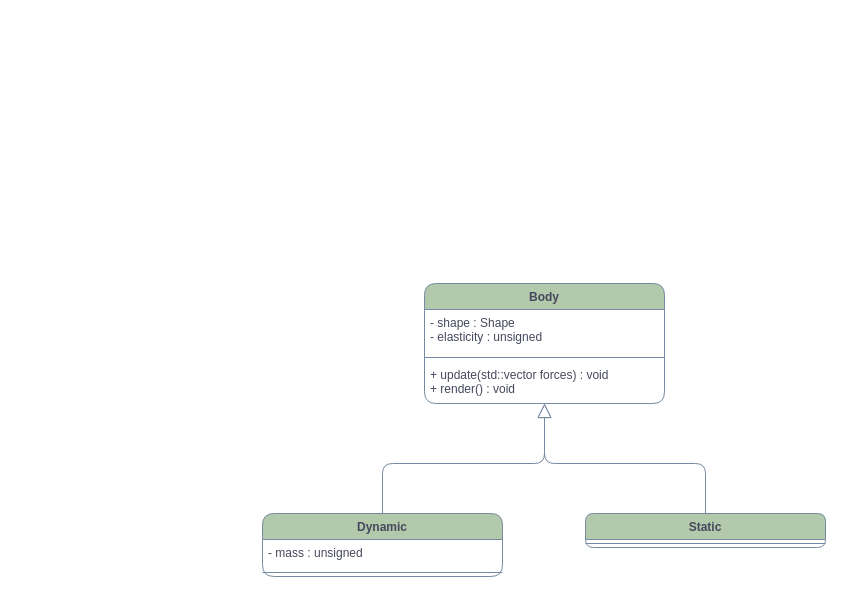
Before: Phys-cube.drawio in OskarBollner/Phys-cube, a draw.io diagram. Source tidied: cells renumbered, new cells numbered last; positions are measured from the earlier drawing's top-left corner, leaving out a move shared by most shapes. Both pictures are drawn from the tidied source at 100%, with x=0, y=0 at pixel (262, 283).
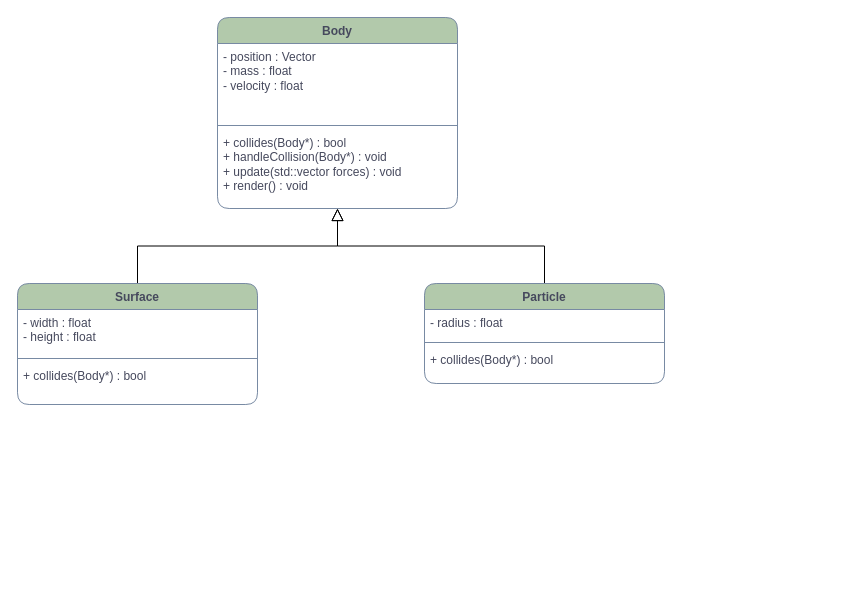
After the change.

The edit, as a diff of the source:
```diff
@@
 <mxGraphModel>
   <root>
     <mxCell id="0" />
     <mxCell id="1" parent="0" />
-    <mxCell id="2" style="edgeStyle=orthogonalEdgeStyle;rounded=1;jettySize=auto;html=1;strokeColor=#788AA3;fontColor=#46495D;fillColor=#B2C9AB;endArrow=block;endFill=0;strokeWidth=1;endSize=12;startSize=6;" parent="1" edge="1" source="3" target="8">
-      <mxGeometry relative="1" as="geometry" />
-    </mxCell>
-    <mxCell id="3" value="Dynamic" style="swimlane;fontStyle=1;align=center;verticalAlign=top;horizontal=1;startSize=26;whiteSpace=wrap;html=1;rounded=1;strokeColor=#788AA3;fontColor=#46495D;fillColor=#B2C9AB;" parent="1" vertex="1">
-      <mxGeometry y="230" width="240" height="63" as="geometry" />
-    </mxCell>
-    <mxCell id="4" value="- mass : unsigned&lt;div&gt;&lt;br&gt;&lt;/div&gt;" style="text;strokeColor=none;fillColor=none;align=left;verticalAlign=top;spacingLeft=4;spacingRight=4;overflow=hidden;whiteSpace=wrap;html=1;fontColor=#46495D;" parent="3" vertex="1">
-      <mxGeometry y="26" width="240" height="29" as="geometry" />
-    </mxCell>
-    <mxCell id="5" style="line;strokeWidth=1;fillColor=none;align=left;verticalAlign=middle;spacingTop=-1;spacingLeft=3;spacingRight=3;labelPosition=right;strokeColor=inherit;rounded=1;fontColor=#46495D;" parent="3" vertex="1">
-      <mxGeometry y="55" width="240" height="8" as="geometry" />
-    </mxCell>
-    <mxCell id="6" value="Static" style="swimlane;fontStyle=1;align=center;verticalAlign=top;horizontal=1;startSize=26;whiteSpace=wrap;html=1;rounded=1;strokeColor=#788AA3;fontColor=#46495D;fillColor=#B2C9AB;" parent="1" vertex="1">
-      <mxGeometry x="323" y="230" width="240" height="34" as="geometry" />
-    </mxCell>
-    <mxCell id="7" style="line;strokeWidth=1;fillColor=none;align=left;verticalAlign=middle;spacingTop=-1;spacingLeft=3;spacingRight=3;labelPosition=right;strokeColor=inherit;rounded=1;fontColor=#46495D;" parent="6" vertex="1">
-      <mxGeometry y="26" width="240" height="8" as="geometry" />
-    </mxCell>
+    <mxCell id="13" style="edgeStyle=orthogonalEdgeStyle;rounded=0;jettySize=auto;html=1;endArrow=block;endFill=0;endSize=10;" parent="1" edge="1" source="8" target="14">
+      <mxGeometry relative="1" as="geometry" />
+    </mxCell>
-    <mxCell id="8" value="Body" style="swimlane;fontStyle=1;align=center;verticalAlign=top;horizontal=1;startSize=26;whiteSpace=wrap;html=1;rounded=1;strokeColor=#788AA3;fontColor=#46495D;fillColor=#B2C9AB;" parent="1" vertex="1">
-      <mxGeometry x="162" width="240" height="120" as="geometry" />
+    <mxCell id="8" value="Particle" style="swimlane;fontStyle=1;align=center;verticalAlign=top;horizontal=1;startSize=26;whiteSpace=wrap;html=1;rounded=1;strokeColor=#788AA3;fontColor=#46495D;fillColor=#B2C9AB;" parent="1" vertex="1">
+      <mxGeometry x="162" width="240" height="100" as="geometry" />
     </mxCell>
-    <mxCell id="9" value="&lt;div&gt;- shape : Shape&lt;/div&gt;&lt;div&gt;- elasticity : unsigned&lt;/div&gt;" style="text;strokeColor=none;fillColor=none;align=left;verticalAlign=top;spacingLeft=4;spacingRight=4;overflow=hidden;whiteSpace=wrap;html=1;fontColor=#46495D;" parent="8" vertex="1">
-      <mxGeometry y="26" width="240" height="44" as="geometry" />
+    <mxCell id="9" value="&lt;div&gt;&lt;span style=&quot;background-color: initial;&quot;&gt;- radius : float&lt;/span&gt;&lt;br&gt;&lt;/div&gt;" style="text;strokeColor=none;fillColor=none;align=left;verticalAlign=top;spacingLeft=4;spacingRight=4;overflow=hidden;whiteSpace=wrap;html=1;fontColor=#46495D;" parent="8" vertex="1">
+      <mxGeometry y="26" width="240" height="29" as="geometry" />
     </mxCell>
     <mxCell id="10" style="line;strokeWidth=1;fillColor=none;align=left;verticalAlign=middle;spacingTop=-1;spacingLeft=3;spacingRight=3;labelPosition=right;strokeColor=inherit;rounded=1;fontColor=#46495D;" parent="8" vertex="1">
-      <mxGeometry y="70" width="240" height="8" as="geometry" />
+      <mxGeometry y="55" width="240" height="8" as="geometry" />
     </mxCell>
-    <mxCell id="11" value="+ update(std::vector forces) : void&lt;div&gt;+ render() : void&lt;/div&gt;" style="text;strokeColor=none;fillColor=none;align=left;verticalAlign=top;spacingLeft=4;spacingRight=4;overflow=hidden;whiteSpace=wrap;html=1;fontColor=#46495D;" parent="8" vertex="1">
-      <mxGeometry y="78" width="240" height="42" as="geometry" />
+    <mxCell id="11" value="&lt;div&gt;+ collides(Body*) : bool&lt;/div&gt;" style="text;strokeColor=none;fillColor=none;align=left;verticalAlign=top;spacingLeft=4;spacingRight=4;overflow=hidden;whiteSpace=wrap;html=1;fontColor=#46495D;" parent="8" vertex="1">
+      <mxGeometry y="63" width="240" height="37" as="geometry" />
     </mxCell>
-    <mxCell id="12" style="edgeStyle=orthogonalEdgeStyle;rounded=1;jettySize=auto;html=1;strokeColor=#788AA3;fontColor=#46495D;fillColor=#B2C9AB;endArrow=block;endFill=0;strokeWidth=1;endSize=12;startSize=6;" parent="1" edge="1" source="6" target="8">
-      <mxGeometry relative="1" as="geometry" />
-    </mxCell>
+    <mxCell id="14" value="Body" style="swimlane;fontStyle=1;align=center;verticalAlign=top;horizontal=1;startSize=26;whiteSpace=wrap;html=1;rounded=1;strokeColor=#788AA3;fontColor=#46495D;fillColor=#B2C9AB;" parent="1" vertex="1">
+      <mxGeometry x="-45" y="-266" width="240" height="191" as="geometry" />
+    </mxCell>
+    <mxCell id="15" value="&lt;div&gt;- position : Vector&lt;/div&gt;&lt;div&gt;- mass : float&lt;/div&gt;&lt;div&gt;- velocity : float&lt;/div&gt;" style="text;strokeColor=none;fillColor=none;align=left;verticalAlign=top;spacingLeft=4;spacingRight=4;overflow=hidden;whiteSpace=wrap;html=1;fontColor=#46495D;" parent="14" vertex="1">
+      <mxGeometry y="26" width="240" height="78" as="geometry" />
+    </mxCell>
+    <mxCell id="16" style="line;strokeWidth=1;fillColor=none;align=left;verticalAlign=middle;spacingTop=-1;spacingLeft=3;spacingRight=3;labelPosition=right;strokeColor=inherit;rounded=1;fontColor=#46495D;" parent="14" vertex="1">
+      <mxGeometry y="104" width="240" height="8" as="geometry" />
+    </mxCell>
+    <mxCell id="17" value="&lt;div&gt;+ collides(Body*) : bool&lt;/div&gt;&lt;div&gt;+ handleCollision(Body*) : void&lt;/div&gt;+ update(std::vector forces) : void&lt;div&gt;+ render() : void&lt;/div&gt;" style="text;strokeColor=none;fillColor=none;align=left;verticalAlign=top;spacingLeft=4;spacingRight=4;overflow=hidden;whiteSpace=wrap;html=1;fontColor=#46495D;" parent="14" vertex="1">
+      <mxGeometry y="112" width="240" height="79" as="geometry" />
+    </mxCell>
+    <mxCell id="18" style="edgeStyle=orthogonalEdgeStyle;rounded=0;jettySize=auto;html=1;endArrow=block;endFill=0;endSize=10;" parent="1" edge="1" source="19" target="14">
+      <mxGeometry relative="1" as="geometry" />
+    </mxCell>
+    <mxCell id="19" value="Surface" style="swimlane;fontStyle=1;align=center;verticalAlign=top;horizontal=1;startSize=26;whiteSpace=wrap;html=1;rounded=1;strokeColor=#788AA3;fontColor=#46495D;fillColor=#B2C9AB;" parent="1" vertex="1">
+      <mxGeometry x="-245" width="240" height="121" as="geometry" />
+    </mxCell>
+    <mxCell id="20" value="&lt;div&gt;&lt;span style=&quot;background-color: initial;&quot;&gt;- width : float&lt;/span&gt;&lt;br&gt;&lt;/div&gt;&lt;div&gt;&lt;span style=&quot;background-color: initial;&quot;&gt;- height : float&lt;/span&gt;&lt;/div&gt;" style="text;strokeColor=none;fillColor=none;align=left;verticalAlign=top;spacingLeft=4;spacingRight=4;overflow=hidden;whiteSpace=wrap;html=1;fontColor=#46495D;" parent="19" vertex="1">
+      <mxGeometry y="26" width="240" height="45" as="geometry" />
+    </mxCell>
+    <mxCell id="21" style="line;strokeWidth=1;fillColor=none;align=left;verticalAlign=middle;spacingTop=-1;spacingLeft=3;spacingRight=3;labelPosition=right;strokeColor=inherit;rounded=1;fontColor=#46495D;" parent="19" vertex="1">
+      <mxGeometry y="71" width="240" height="8" as="geometry" />
+    </mxCell>
+    <mxCell id="22" value="&lt;div&gt;+ collides(Body*) : bool&lt;/div&gt;" style="text;strokeColor=none;fillColor=none;align=left;verticalAlign=top;spacingLeft=4;spacingRight=4;overflow=hidden;whiteSpace=wrap;html=1;fontColor=#46495D;" parent="19" vertex="1">
+      <mxGeometry y="79" width="240" height="42" as="geometry" />
+    </mxCell>
   </root>
 </mxGraphModel>
```
